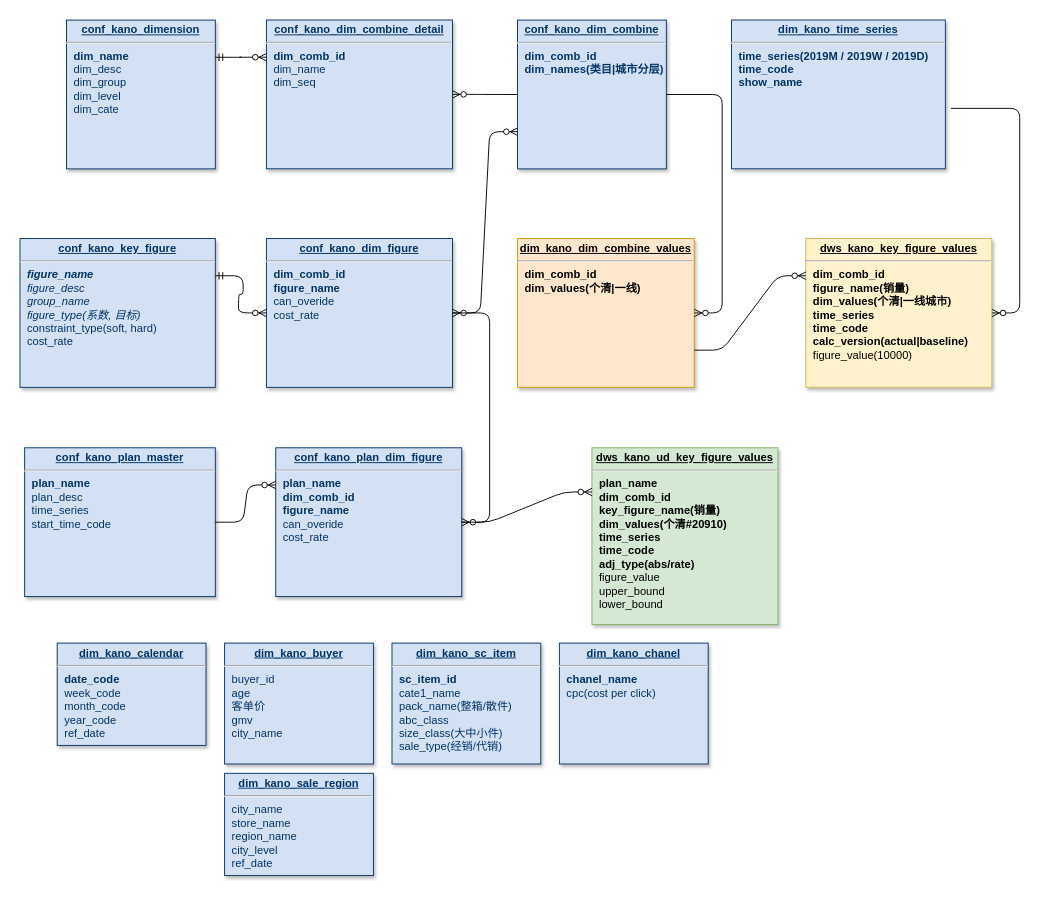
This is page "数据准备" (1 of 2) of Untitled Diagram.drawio from daminli/charts, a draw.io file, before an edit. Source tidied: cells renumbered, new cells numbered last; positions are measured from the earlier drawing's top-left corner, leaving out a move shared by most shapes. Both pictures are drawn from the tidied source at 93%, with x=0, y=0 at pixel (20, 20).
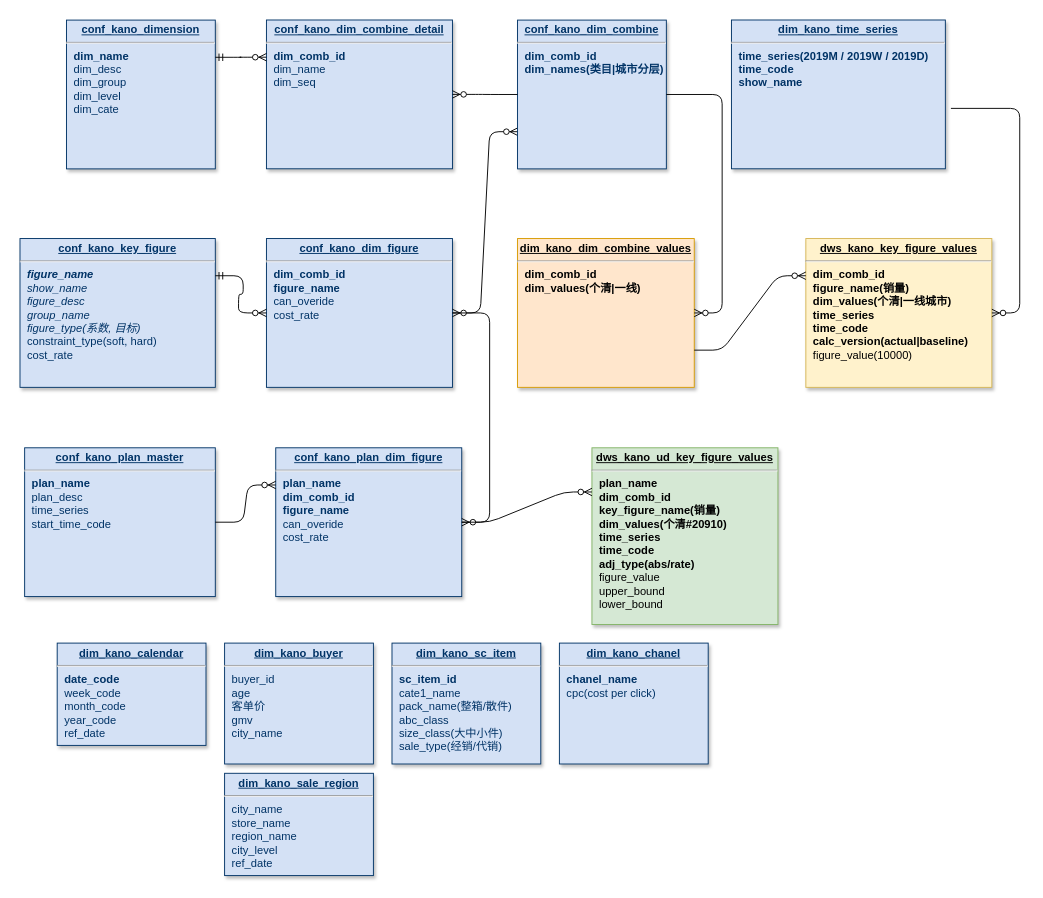
The same page after the edit.

Change to the diagram source:
```diff
@@
-    <mxCell id="6" value="&lt;p style=&quot;margin: 0px ; margin-top: 4px ; text-align: center ; text-decoration: underline&quot;&gt;&lt;b&gt;conf_kano_key_figure&lt;/b&gt;&lt;/p&gt;&lt;hr&gt;&lt;p style=&quot;margin: 0px ; margin-left: 8px&quot;&gt;&lt;i&gt;&lt;b&gt;figure_name&lt;/b&gt;&lt;/i&gt;&lt;br&gt;&lt;/p&gt;&lt;p style=&quot;margin: 0px ; margin-left: 8px&quot;&gt;&lt;i&gt;figure_desc&lt;/i&gt;&lt;/p&gt;&lt;p style=&quot;margin: 0px ; margin-left: 8px&quot;&gt;&lt;i&gt;group_name&lt;/i&gt;&lt;/p&gt;&lt;p style=&quot;margin: 0px ; margin-left: 8px&quot;&gt;&lt;i&gt;figure_type(系数, 目标)&lt;/i&gt;&lt;/p&gt;&lt;p style=&quot;margin: 0px ; margin-left: 8px&quot;&gt;constraint_type(soft, hard)&lt;/p&gt;&lt;p style=&quot;margin: 0px ; margin-left: 8px&quot;&gt;cost_rate&lt;/p&gt;" style="verticalAlign=top;align=left;overflow=fill;fontSize=12;fontFamily=Helvetica;html=1;strokeColor=#003366;shadow=1;fillColor=#D4E1F5;fontColor=#003366;" parent="1" vertex="1">
+    <mxCell id="6" value="&lt;p style=&quot;margin: 0px ; margin-top: 4px ; text-align: center ; text-decoration: underline&quot;&gt;&lt;b&gt;conf_kano_key_figure&lt;/b&gt;&lt;/p&gt;&lt;hr&gt;&lt;p style=&quot;margin: 0px ; margin-left: 8px&quot;&gt;&lt;i&gt;&lt;b&gt;figure_name&lt;/b&gt;&lt;/i&gt;&lt;br&gt;&lt;/p&gt;&lt;p style=&quot;margin: 0px ; margin-left: 8px&quot;&gt;&lt;i&gt;show_name&lt;/i&gt;&lt;/p&gt;&lt;p style=&quot;margin: 0px ; margin-left: 8px&quot;&gt;&lt;i&gt;figure_desc&lt;/i&gt;&lt;/p&gt;&lt;p style=&quot;margin: 0px ; margin-left: 8px&quot;&gt;&lt;i&gt;group_name&lt;/i&gt;&lt;/p&gt;&lt;p style=&quot;margin: 0px ; margin-left: 8px&quot;&gt;&lt;i&gt;figure_type(系数, 目标)&lt;/i&gt;&lt;/p&gt;&lt;p style=&quot;margin: 0px ; margin-left: 8px&quot;&gt;constraint_type(soft, hard)&lt;/p&gt;&lt;p style=&quot;margin: 0px ; margin-left: 8px&quot;&gt;cost_rate&lt;/p&gt;" style="verticalAlign=top;align=left;overflow=fill;fontSize=12;fontFamily=Helvetica;html=1;strokeColor=#003366;shadow=1;fillColor=#D4E1F5;fontColor=#003366;" parent="1" vertex="1">
       <mxGeometry y="235" width="210" height="160" as="geometry" />
     </mxCell>
```
